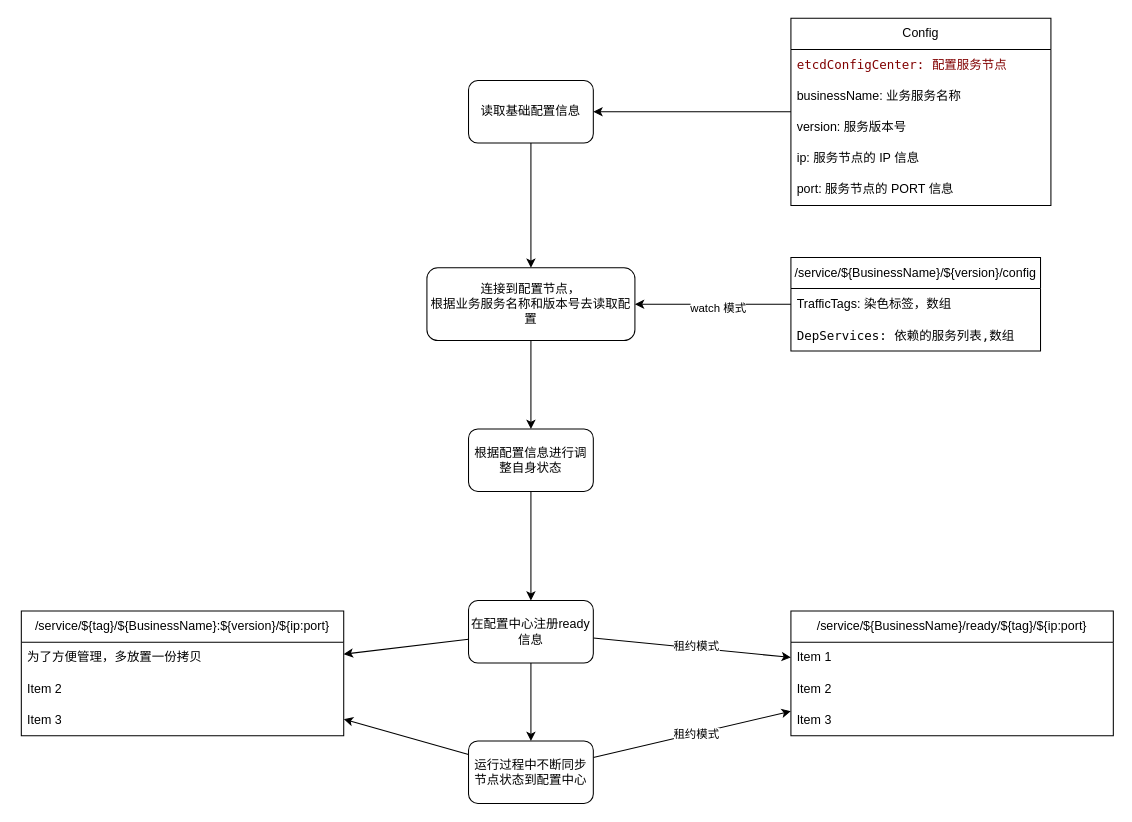
Before: _docs/architect/loadConfig_updateState.drawio in ruandao/distribute-im-gateway, a draw.io diagram. Source tidied: cells renumbered, new cells numbered last; positions are measured from the earlier drawing's top-left corner, leaving out a move shared by most shapes. Both pictures are drawn from the tidied source at 104%, with x=0, y=0 at pixel (21, 18).
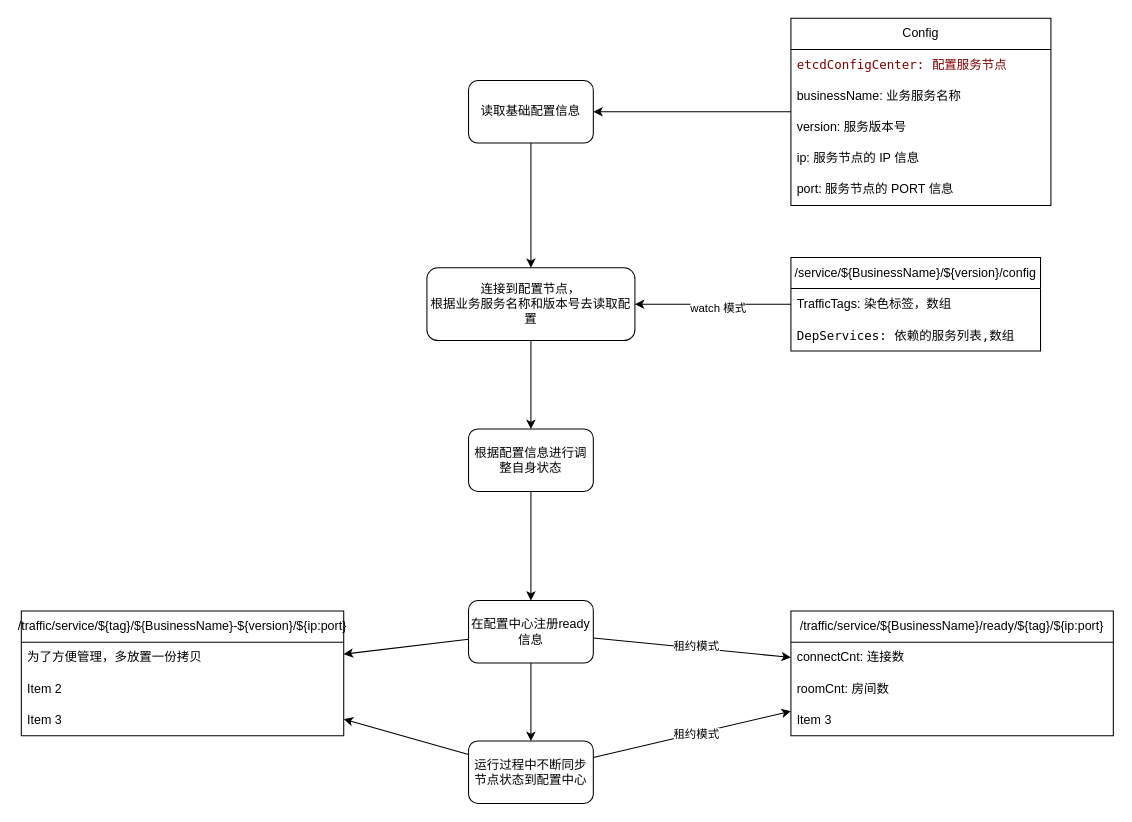
After the change.

Commit message (it also covers changes not shown here):
register app state to etcd

What changed in the source:
```diff
@@
-    <mxCell id="25" value="&lt;span style=&quot;color: rgb(0, 0, 0);&quot;&gt;/service/${BusinessName}/ready/${tag}/${ip:port}&lt;/span&gt;" style="swimlane;fontStyle=0;horizontal=1;startSize=30;whiteSpace=wrap;html=1;" parent="1" vertex="1">
+    <mxCell id="25" value="&lt;span style=&quot;color: rgb(0, 0, 0);&quot;&gt;/traffic/service/${BusinessName}/ready/${tag}/${ip:port}&lt;/span&gt;" style="swimlane;fontStyle=0;horizontal=1;startSize=30;whiteSpace=wrap;html=1;" parent="1" vertex="1">
       <mxGeometry x="740" y="570" width="310" height="120" as="geometry" />
     </mxCell>
-    <mxCell id="26" value="Item 1" style="text;strokeColor=none;fillColor=none;align=left;verticalAlign=middle;spacingLeft=4;spacingRight=4;overflow=hidden;whiteSpace=wrap;html=1;" parent="25" vertex="1">
+    <mxCell id="26" value="connectCnt: 连接数" style="text;strokeColor=none;fillColor=none;align=left;verticalAlign=middle;spacingLeft=4;spacingRight=4;overflow=hidden;whiteSpace=wrap;html=1;" parent="25" vertex="1">
       <mxGeometry y="30" width="310" height="30" as="geometry" />
     </mxCell>
-    <mxCell id="27" value="Item 2" style="text;strokeColor=none;fillColor=none;align=left;verticalAlign=middle;spacingLeft=4;spacingRight=4;overflow=hidden;whiteSpace=wrap;html=1;" parent="25" vertex="1">
+    <mxCell id="27" value="roomCnt: 房间数" style="text;strokeColor=none;fillColor=none;align=left;verticalAlign=middle;spacingLeft=4;spacingRight=4;overflow=hidden;whiteSpace=wrap;html=1;" parent="25" vertex="1">
       <mxGeometry y="60" width="310" height="30" as="geometry" />
     </mxCell>
@@
-    <mxCell id="33" value="&lt;span style=&quot;color: rgb(0, 0, 0);&quot;&gt;/service/${tag}/${BusinessName}:${version}/${ip:port}&lt;/span&gt;" style="swimlane;fontStyle=0;horizontal=1;startSize=30;whiteSpace=wrap;html=1;" parent="1" vertex="1">
+    <mxCell id="33" value="&lt;span style=&quot;color: rgb(0, 0, 0);&quot;&gt;/traffic/service/${tag}/${BusinessName}-${version}/${ip:port}&lt;/span&gt;" style="swimlane;fontStyle=0;horizontal=1;startSize=30;whiteSpace=wrap;html=1;" parent="1" vertex="1">
       <mxGeometry y="570" width="310" height="120" as="geometry" />
     </mxCell>
```
